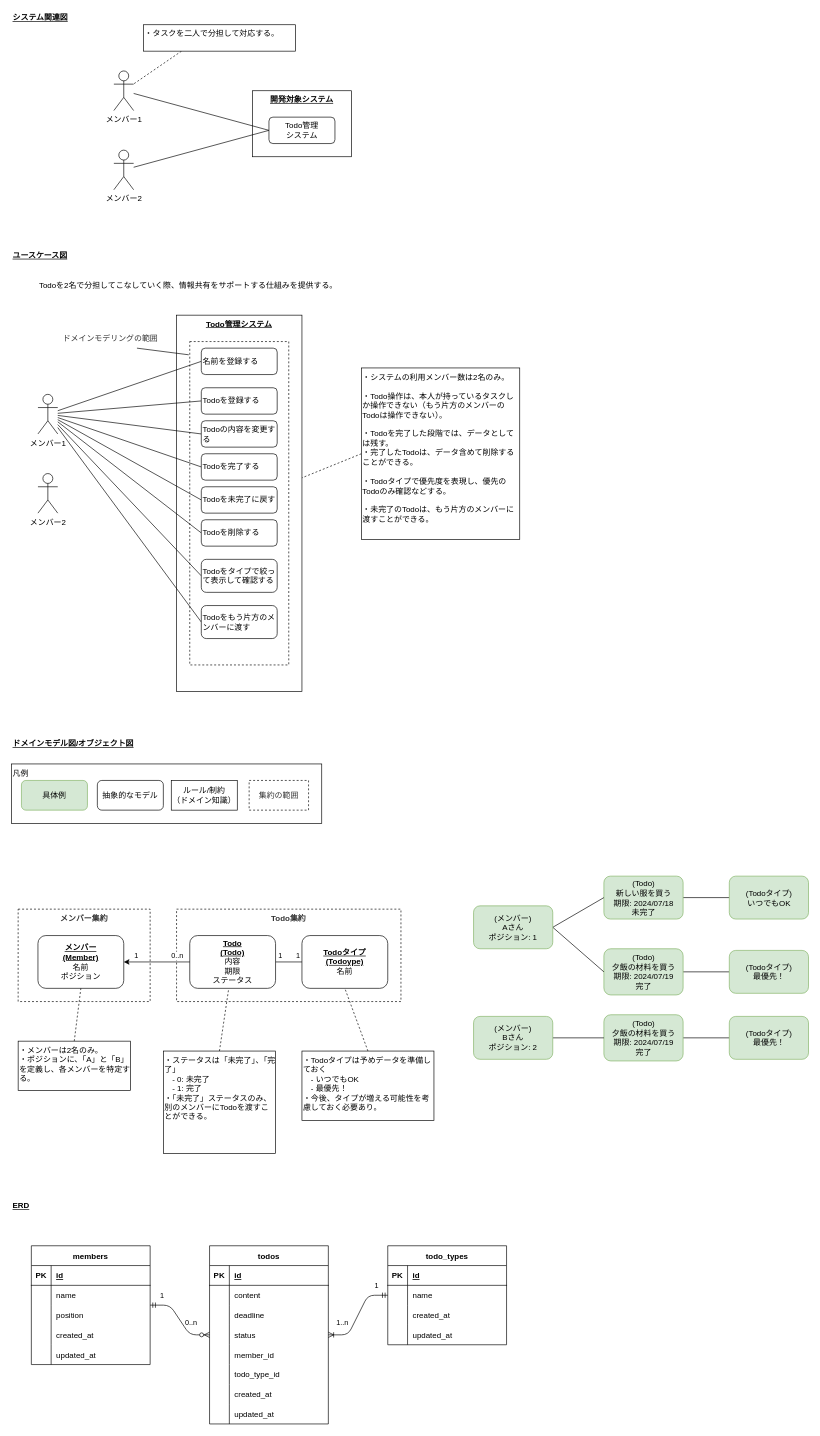
The draw.io diagram page "ドメインモデル" (1 of 2) of ddd/ddd-sample-app-cs/docs/ドメインモデル.drawio in atman-33/system-dev-docs, before the edit. Source tidied: cells renumbered, new cells numbered last; positions are measured from the earlier drawing's top-left corner, leaving out a move shared by most shapes. Both pictures are drawn from the tidied source at 66%, with x=0, y=0 at pixel (11, 11).
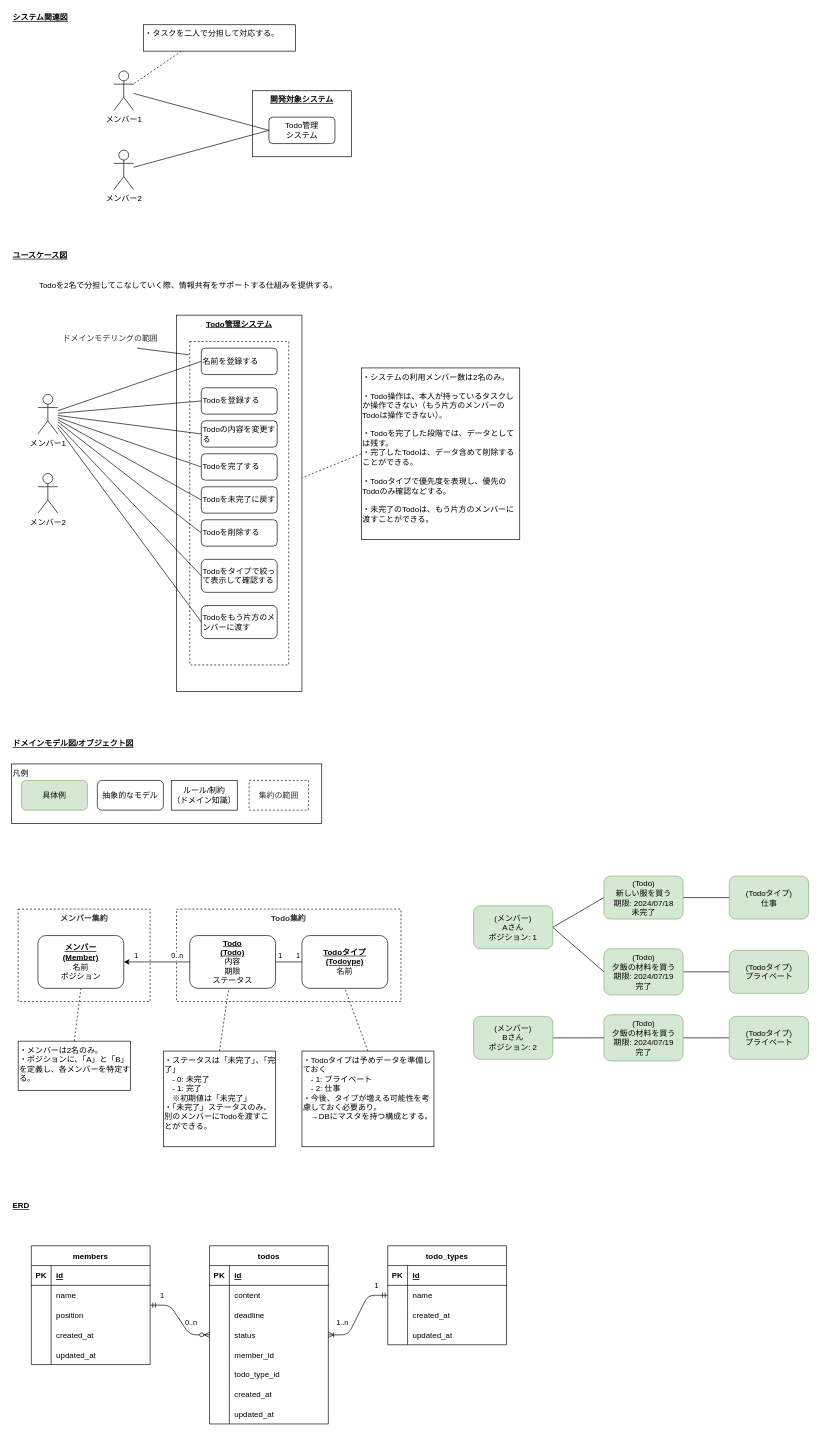
The same diagram, later.

Diff of the diagram source:
```diff
@@
-    <mxCell id="35" value="(Todoタイプ)&lt;br&gt;いつでもOK" style="rounded=1;whiteSpace=wrap;html=1;align=center;fillColor=#d5e8d4;strokeColor=#82b366;" parent="1" vertex="1">
+    <mxCell id="35" value="(Todoタイプ)&lt;br&gt;仕事" style="rounded=1;whiteSpace=wrap;html=1;align=center;fillColor=#d5e8d4;strokeColor=#82b366;" parent="1" vertex="1">
       <mxGeometry x="1087.5" y="1310" width="120" height="65" as="geometry" />
     </mxCell>
-    <mxCell id="36" value="(Todoタイプ)&lt;br&gt;最優先！" style="rounded=1;whiteSpace=wrap;html=1;align=center;fillColor=#d5e8d4;strokeColor=#82b366;" parent="1" vertex="1">
+    <mxCell id="36" value="(Todoタイプ)&lt;br&gt;プライベート" style="rounded=1;whiteSpace=wrap;html=1;align=center;fillColor=#d5e8d4;strokeColor=#82b366;" parent="1" vertex="1">
       <mxGeometry x="1087.5" y="1422.5" width="120" height="65" as="geometry" />
     </mxCell>
@@
-    <mxCell id="50" value="(Todoタイプ)&lt;br&gt;最優先！" style="rounded=1;whiteSpace=wrap;html=1;align=center;fillColor=#d5e8d4;strokeColor=#82b366;" parent="1" vertex="1">
+    <mxCell id="50" value="(Todoタイプ)&lt;br&gt;プライベート" style="rounded=1;whiteSpace=wrap;html=1;align=center;fillColor=#d5e8d4;strokeColor=#82b366;" parent="1" vertex="1">
       <mxGeometry x="1087.5" y="1522.5" width="120" height="65" as="geometry" />
     </mxCell>
@@
-    <mxCell id="61" value="・ステータスは「未完了」、「完了」&lt;br&gt;　- 0: 未完了&lt;br&gt;　- 1: 完了&lt;br&gt;・「未完了」ステータスのみ、別のメンバーにTodoを渡すことができる。" style="rounded=0;whiteSpace=wrap;html=1;align=left;verticalAlign=top;" parent="1" vertex="1">
-      <mxGeometry x="230" y="1575" width="170" height="155" as="geometry" />
+    <mxCell id="61" value="・ステータスは「未完了」、「完了」&lt;br&gt;　- 0: 未完了&lt;br&gt;　- 1: 完了&lt;br&gt;　※初期値は「未完了」&lt;br&gt;・「未完了」ステータスのみ、別のメンバーにTodoを渡すことができる。" style="rounded=0;whiteSpace=wrap;html=1;align=left;verticalAlign=top;" parent="1" vertex="1">
+      <mxGeometry x="230" y="1575" width="170" height="145" as="geometry" />
     </mxCell>
@@
-    <mxCell id="63" value="・Todoタイプは予めデータを準備しておく&lt;br&gt;　- いつでもOK&lt;br&gt;　- 最優先！&lt;br&gt;・今後、タイプが増える可能性を考慮しておく必要あり。" style="rounded=0;whiteSpace=wrap;html=1;align=left;verticalAlign=top;" parent="1" vertex="1">
-      <mxGeometry x="440" y="1575" width="200" height="105" as="geometry" />
+    <mxCell id="63" value="・Todoタイプは予めデータを準備しておく&lt;br&gt;　- 1: プライベート&lt;br&gt;　- 2: 仕事&lt;br&gt;・今後、タイプが増える可能性を考慮しておく必要あり。&lt;br&gt;　→DBにマスタを持つ構成とする。" style="rounded=0;whiteSpace=wrap;html=1;align=left;verticalAlign=top;" parent="1" vertex="1">
+      <mxGeometry x="440" y="1575" width="200" height="145" as="geometry" />
     </mxCell>
```
